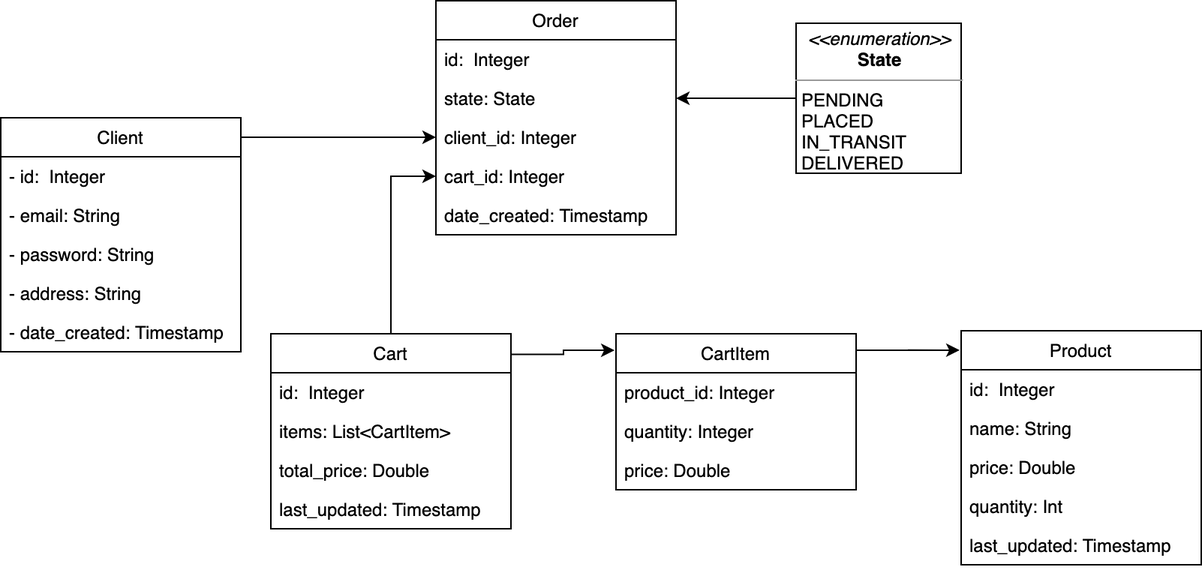
Before: docs/src/docs/resources/model.png, a diagram exported from draw.io (adetalhouet/order-system). Source tidied: cells renumbered, new cells last; positions are measured from the earlier drawing's top-left corner, leaving out a move shared by most shapes.
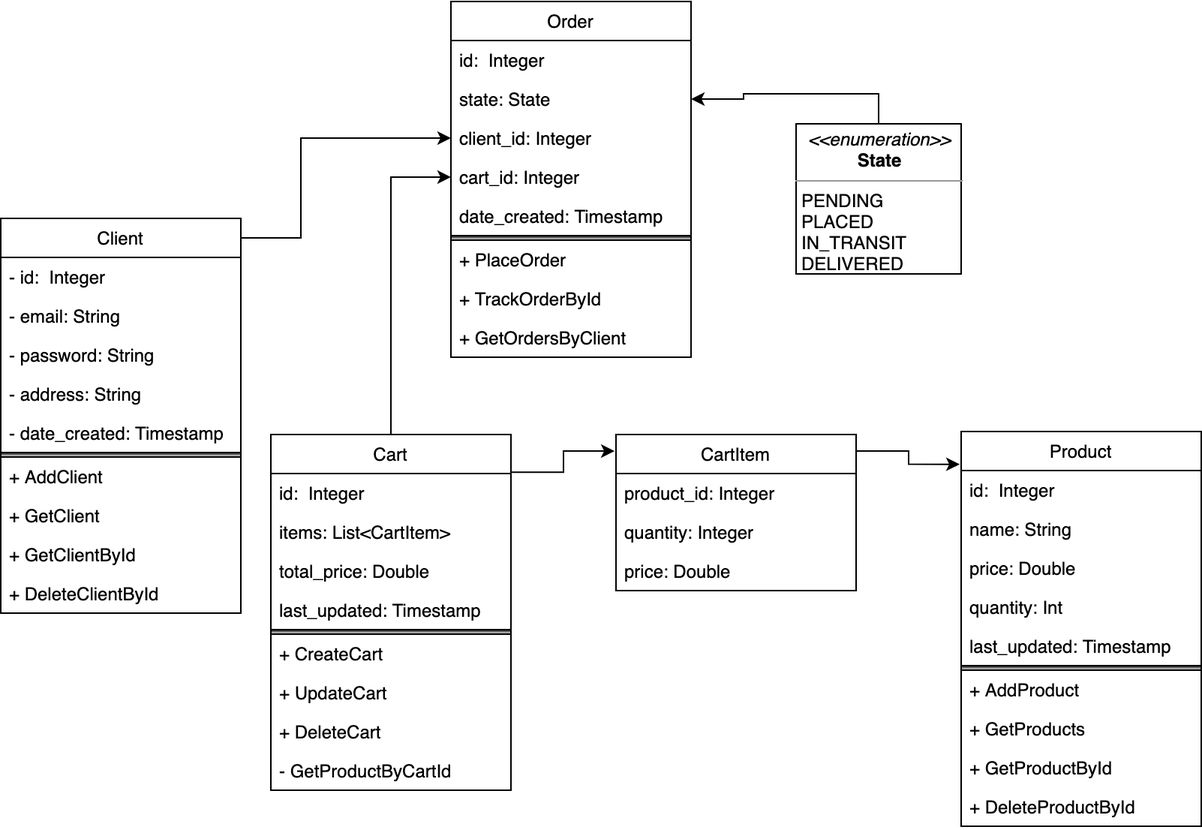
After the commit.

Diff of the diagram source:
```diff
@@ -11,24 +11,6 @@
     <mxCell id="4" style="edgeStyle=orthogonalEdgeStyle;rounded=0;jettySize=auto;html=1;entryX=-0.006;entryY=0.106;entryDx=0;entryDy=0;exitX=1;exitY=0.106;exitDx=0;exitDy=0;exitPerimeter=0;entryPerimeter=0;" parent="1" edge="1" source="17" target="13">
       <mxGeometry relative="1" as="geometry" />
     </mxCell>
-    <mxCell id="5" value="Order" style="swimlane;fontStyle=0;horizontal=1;startSize=26;fillColor=none;" parent="1" vertex="1">
-      <mxGeometry x="290" width="160" height="156" as="geometry" />
-    </mxCell>
-    <mxCell id="6" value="id:  Integer" style="text;strokeColor=none;fillColor=none;align=left;verticalAlign=top;spacingLeft=4;spacingRight=4;overflow=hidden;" parent="5" vertex="1">
-      <mxGeometry y="26" width="160" height="26" as="geometry" />
-    </mxCell>
-    <mxCell id="7" value="state: State" style="text;strokeColor=none;fillColor=none;align=left;verticalAlign=top;spacingLeft=4;spacingRight=4;overflow=hidden;points=[[0,0.5],[1,0.5]];portConstraint=eastwest;" parent="5" vertex="1">
-      <mxGeometry y="52" width="160" height="26" as="geometry" />
-    </mxCell>
-    <mxCell id="8" value="client_id: Integer" style="text;strokeColor=none;fillColor=none;align=left;verticalAlign=top;spacingLeft=4;spacingRight=4;overflow=hidden;points=[[0,0.5],[1,0.5]];portConstraint=eastwest;" parent="5" vertex="1">
-      <mxGeometry y="78" width="160" height="26" as="geometry" />
-    </mxCell>
-    <mxCell id="9" value="cart_id: Integer" style="text;strokeColor=none;fillColor=none;align=left;verticalAlign=top;spacingLeft=4;spacingRight=4;overflow=hidden;points=[[0,0.5],[1,0.5]];portConstraint=eastwest;" parent="5" vertex="1">
-      <mxGeometry y="104" width="160" height="26" as="geometry" />
-    </mxCell>
-    <mxCell id="10" value="date_created: Timestamp" style="text;strokeColor=none;fillColor=none;align=left;verticalAlign=top;spacingLeft=4;spacingRight=4;overflow=hidden;" parent="5" vertex="1">
-      <mxGeometry y="130" width="160" height="26" as="geometry" />
-    </mxCell>
     <mxCell id="11" style="edgeStyle=orthogonalEdgeStyle;rounded=0;jettySize=auto;html=1;entryX=-0.006;entryY=0.083;entryDx=0;entryDy=0;entryPerimeter=0;exitX=1;exitY=0.106;exitDx=0;exitDy=0;exitPerimeter=0;" parent="1" edge="1" source="13" target="22">
       <mxGeometry relative="1" as="geometry" />
     </mxCell>
@@ -48,7 +30,7 @@
       <mxGeometry y="78" width="160" height="26" as="geometry" />
     </mxCell>
     <mxCell id="17" value="Cart" style="swimlane;fontStyle=0;horizontal=1;startSize=26;fillColor=none;" parent="1" vertex="1">
-      <mxGeometry x="180" y="222" width="160" height="130" as="geometry" />
+      <mxGeometry x="180" y="222" width="160" height="237" as="geometry" />
     </mxCell>
     <mxCell id="18" value="id:  Integer" style="text;strokeColor=none;fillColor=none;align=left;verticalAlign=top;spacingLeft=4;spacingRight=4;overflow=hidden;" parent="17" vertex="1">
       <mxGeometry y="26" width="160" height="26" as="geometry" />
@@ -62,8 +44,23 @@
     <mxCell id="21" value="last_updated: Timestamp&#10;" style="text;strokeColor=none;fillColor=none;align=left;verticalAlign=top;spacingLeft=4;spacingRight=4;overflow=hidden;" parent="17" vertex="1">
       <mxGeometry y="104" width="160" height="26" as="geometry" />
     </mxCell>
+    <mxCell id="35" value=" " style="text;strokeColor=#000000;fillColor=#000000;align=left;verticalAlign=middle;spacingLeft=4;spacingRight=4;overflow=hidden;fontColor=#333333;gradientColor=#ffffff;" parent="17" vertex="1">
+      <mxGeometry y="130" width="160" height="3" as="geometry" />
+    </mxCell>
+    <mxCell id="36" value="+ CreateCart" style="text;strokeColor=none;fillColor=none;align=left;verticalAlign=top;spacingLeft=4;spacingRight=4;overflow=hidden;" parent="17" vertex="1">
+      <mxGeometry y="133" width="160" height="26" as="geometry" />
+    </mxCell>
+    <mxCell id="37" value="+ UpdateCart" style="text;strokeColor=none;fillColor=none;align=left;verticalAlign=top;spacingLeft=4;spacingRight=4;overflow=hidden;" parent="17" vertex="1">
+      <mxGeometry y="159" width="160" height="26" as="geometry" />
+    </mxCell>
+    <mxCell id="38" value="+ DeleteCart" style="text;strokeColor=none;fillColor=none;align=left;verticalAlign=top;spacingLeft=4;spacingRight=4;overflow=hidden;" parent="17" vertex="1">
+      <mxGeometry y="185" width="160" height="26" as="geometry" />
+    </mxCell>
+    <mxCell id="39" value="- GetProductByCartId" style="text;strokeColor=none;fillColor=none;align=left;verticalAlign=top;spacingLeft=4;spacingRight=4;overflow=hidden;" parent="17" vertex="1">
+      <mxGeometry y="211" width="160" height="26" as="geometry" />
+    </mxCell>
     <mxCell id="22" value="Product" style="swimlane;fontStyle=0;horizontal=1;startSize=26;fillColor=none;" parent="1" vertex="1">
-      <mxGeometry x="640" y="220" width="160" height="156" as="geometry" />
+      <mxGeometry x="640" y="220" width="160" height="263" as="geometry" />
     </mxCell>
     <mxCell id="23" value="id:  Integer" style="text;strokeColor=none;fillColor=none;align=left;verticalAlign=top;spacingLeft=4;spacingRight=4;overflow=hidden;" parent="22" vertex="1">
       <mxGeometry y="26" width="160" height="26" as="geometry" />
@@ -80,16 +77,31 @@
     <mxCell id="27" value="last_updated: Timestamp" style="text;strokeColor=none;fillColor=none;align=left;verticalAlign=top;spacingLeft=4;spacingRight=4;overflow=hidden;" parent="22" vertex="1">
       <mxGeometry y="130" width="160" height="26" as="geometry" />
     </mxCell>
+    <mxCell id="40" value=" " style="text;strokeColor=#000000;fillColor=#000000;align=left;verticalAlign=middle;spacingLeft=4;spacingRight=4;overflow=hidden;fontColor=#333333;gradientColor=#ffffff;" parent="22" vertex="1">
+      <mxGeometry y="156" width="160" height="3" as="geometry" />
+    </mxCell>
+    <mxCell id="41" value="+ AddProduct" style="text;strokeColor=none;fillColor=none;align=left;verticalAlign=top;spacingLeft=4;spacingRight=4;overflow=hidden;" parent="22" vertex="1">
+      <mxGeometry y="159" width="160" height="26" as="geometry" />
+    </mxCell>
+    <mxCell id="42" value="+ GetProducts" style="text;strokeColor=none;fillColor=none;align=left;verticalAlign=top;spacingLeft=4;spacingRight=4;overflow=hidden;" parent="22" vertex="1">
+      <mxGeometry y="185" width="160" height="26" as="geometry" />
+    </mxCell>
+    <mxCell id="43" value="+ GetProductById" style="text;strokeColor=none;fillColor=none;align=left;verticalAlign=top;spacingLeft=4;spacingRight=4;overflow=hidden;" parent="22" vertex="1">
+      <mxGeometry y="211" width="160" height="26" as="geometry" />
+    </mxCell>
+    <mxCell id="44" value="+ DeleteProductById" style="text;strokeColor=none;fillColor=none;align=left;verticalAlign=top;spacingLeft=4;spacingRight=4;overflow=hidden;" parent="22" vertex="1">
+      <mxGeometry y="237" width="160" height="26" as="geometry" />
+    </mxCell>
     <mxCell id="28" style="edgeStyle=orthogonalEdgeStyle;rounded=0;jettySize=auto;html=1;entryX=0;entryY=0.5;entryDx=0;entryDy=0;" parent="1" edge="1" source="29" target="8">
       <mxGeometry relative="1" as="geometry">
         <Array as="points">
-          <mxPoint x="130" y="91" />
-          <mxPoint x="130" y="91" />
+          <mxPoint x="200" y="91" />
+          <mxPoint x="200" y="25" />
         </Array>
       </mxGeometry>
     </mxCell>
     <mxCell id="29" value="Client" style="swimlane;fontStyle=0;horizontal=1;startSize=26;fillColor=none;" parent="1" vertex="1">
-      <mxGeometry y="78" width="160" height="156" as="geometry" />
+      <mxGeometry y="78" width="160" height="263" as="geometry" />
     </mxCell>
     <mxCell id="30" value="- id:  Integer" style="text;strokeColor=none;fillColor=none;align=left;verticalAlign=top;spacingLeft=4;spacingRight=4;overflow=hidden;" parent="29" vertex="1">
       <mxGeometry y="26" width="160" height="26" as="geometry" />
@@ -106,5 +118,50 @@
     <mxCell id="34" value="- date_created: Timestamp" style="text;strokeColor=none;fillColor=none;align=left;verticalAlign=top;spacingLeft=4;spacingRight=4;overflow=hidden;" parent="29" vertex="1">
       <mxGeometry y="130" width="160" height="26" as="geometry" />
     </mxCell>
+    <mxCell id="45" value=" " style="text;strokeColor=#000000;fillColor=#000000;align=left;verticalAlign=middle;spacingLeft=4;spacingRight=4;overflow=hidden;fontColor=#333333;gradientColor=#ffffff;" parent="29" vertex="1">
+      <mxGeometry y="156" width="160" height="3" as="geometry" />
+    </mxCell>
+    <mxCell id="46" value="+ AddClient" style="text;strokeColor=none;fillColor=none;align=left;verticalAlign=top;spacingLeft=4;spacingRight=4;overflow=hidden;" parent="29" vertex="1">
+      <mxGeometry y="159" width="160" height="26" as="geometry" />
+    </mxCell>
+    <mxCell id="47" value="+ GetClient" style="text;strokeColor=none;fillColor=none;align=left;verticalAlign=top;spacingLeft=4;spacingRight=4;overflow=hidden;" parent="29" vertex="1">
+      <mxGeometry y="185" width="160" height="26" as="geometry" />
+    </mxCell>
+    <mxCell id="48" value="+ GetClientById" style="text;strokeColor=none;fillColor=none;align=left;verticalAlign=top;spacingLeft=4;spacingRight=4;overflow=hidden;" parent="29" vertex="1">
+      <mxGeometry y="211" width="160" height="26" as="geometry" />
+    </mxCell>
+    <mxCell id="49" value="+ DeleteClientById" style="text;strokeColor=none;fillColor=none;align=left;verticalAlign=top;spacingLeft=4;spacingRight=4;overflow=hidden;" parent="29" vertex="1">
+      <mxGeometry y="237" width="160" height="26" as="geometry" />
+    </mxCell>
+    <mxCell id="5" value="Order" style="swimlane;fontStyle=0;horizontal=1;startSize=26;fillColor=none;" parent="1" vertex="1">
+      <mxGeometry x="300" y="-66.5" width="160" height="237" as="geometry" />
+    </mxCell>
+    <mxCell id="6" value="id:  Integer" style="text;strokeColor=none;fillColor=none;align=left;verticalAlign=top;spacingLeft=4;spacingRight=4;overflow=hidden;" parent="5" vertex="1">
+      <mxGeometry y="26" width="160" height="26" as="geometry" />
+    </mxCell>
+    <mxCell id="7" value="state: State" style="text;strokeColor=none;fillColor=none;align=left;verticalAlign=top;spacingLeft=4;spacingRight=4;overflow=hidden;points=[[0,0.5],[1,0.5]];portConstraint=eastwest;" parent="5" vertex="1">
+      <mxGeometry y="52" width="160" height="26" as="geometry" />
+    </mxCell>
+    <mxCell id="8" value="client_id: Integer" style="text;strokeColor=none;fillColor=none;align=left;verticalAlign=top;spacingLeft=4;spacingRight=4;overflow=hidden;points=[[0,0.5],[1,0.5]];portConstraint=eastwest;" parent="5" vertex="1">
+      <mxGeometry y="78" width="160" height="26" as="geometry" />
+    </mxCell>
+    <mxCell id="9" value="cart_id: Integer" style="text;strokeColor=none;fillColor=none;align=left;verticalAlign=top;spacingLeft=4;spacingRight=4;overflow=hidden;points=[[0,0.5],[1,0.5]];portConstraint=eastwest;" parent="5" vertex="1">
+      <mxGeometry y="104" width="160" height="26" as="geometry" />
+    </mxCell>
+    <mxCell id="10" value="date_created: Timestamp" style="text;strokeColor=none;fillColor=none;align=left;verticalAlign=top;spacingLeft=4;spacingRight=4;overflow=hidden;" parent="5" vertex="1">
+      <mxGeometry y="130" width="160" height="26" as="geometry" />
+    </mxCell>
+    <mxCell id="50" value=" " style="text;strokeColor=#000000;fillColor=#000000;align=left;verticalAlign=middle;spacingLeft=4;spacingRight=4;overflow=hidden;fontColor=#333333;gradientColor=#ffffff;" parent="5" vertex="1">
+      <mxGeometry y="156" width="160" height="3" as="geometry" />
+    </mxCell>
+    <mxCell id="51" value="+ PlaceOrder" style="text;strokeColor=none;fillColor=none;align=left;verticalAlign=top;spacingLeft=4;spacingRight=4;overflow=hidden;" parent="5" vertex="1">
+      <mxGeometry y="159" width="160" height="26" as="geometry" />
+    </mxCell>
+    <mxCell id="52" value="+ TrackOrderById" style="text;strokeColor=none;fillColor=none;align=left;verticalAlign=top;spacingLeft=4;spacingRight=4;overflow=hidden;" parent="5" vertex="1">
+      <mxGeometry y="185" width="160" height="26" as="geometry" />
+    </mxCell>
+    <mxCell id="53" value="+ GetOrdersByClient" style="text;strokeColor=none;fillColor=none;align=left;verticalAlign=top;spacingLeft=4;spacingRight=4;overflow=hidden;" parent="5" vertex="1">
+      <mxGeometry y="211" width="160" height="26" as="geometry" />
+    </mxCell>
   </root>
 </mxGraphModel>
```
